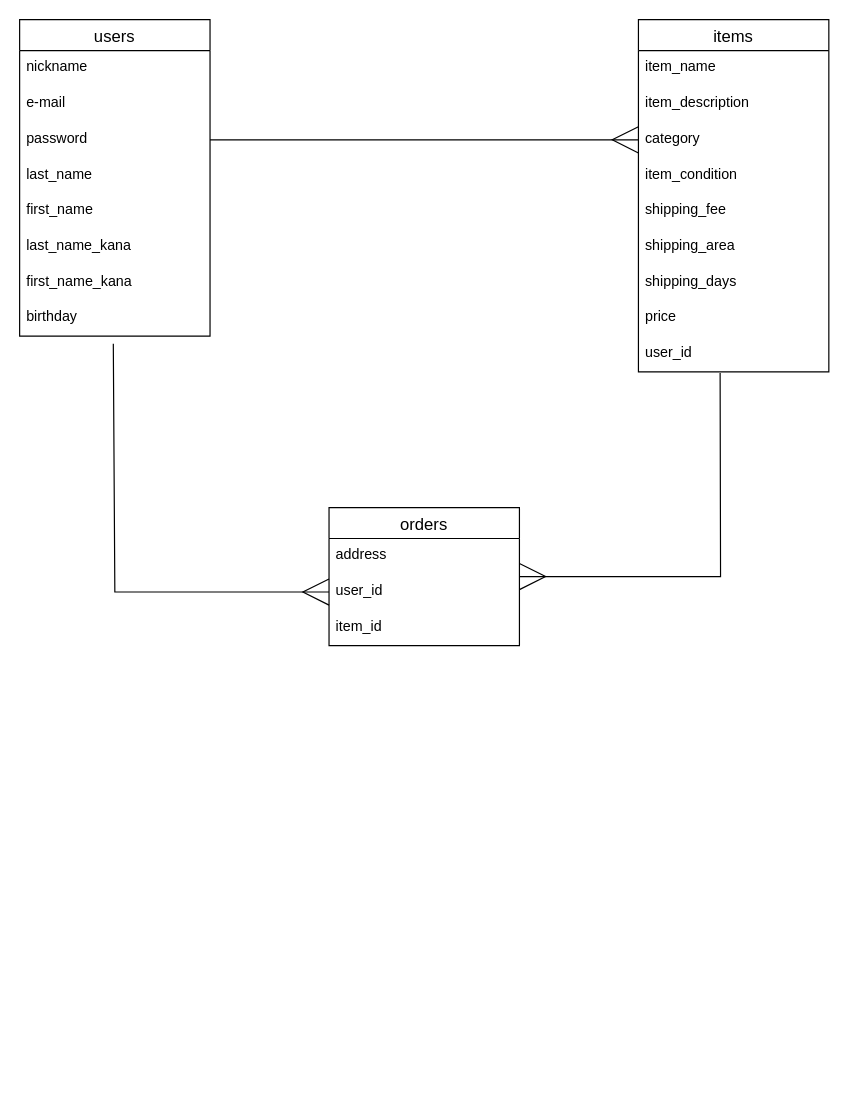
Earlier version of the draw.io diagram furima.dio (annkw0713/furima-38979). Source tidied: cells renumbered, new cells numbered last; positions are measured from the earlier drawing's top-left corner, leaving out a move shared by most shapes. Both pictures are drawn from the tidied source at 119%, with x=0, y=0 at pixel (19, 19).
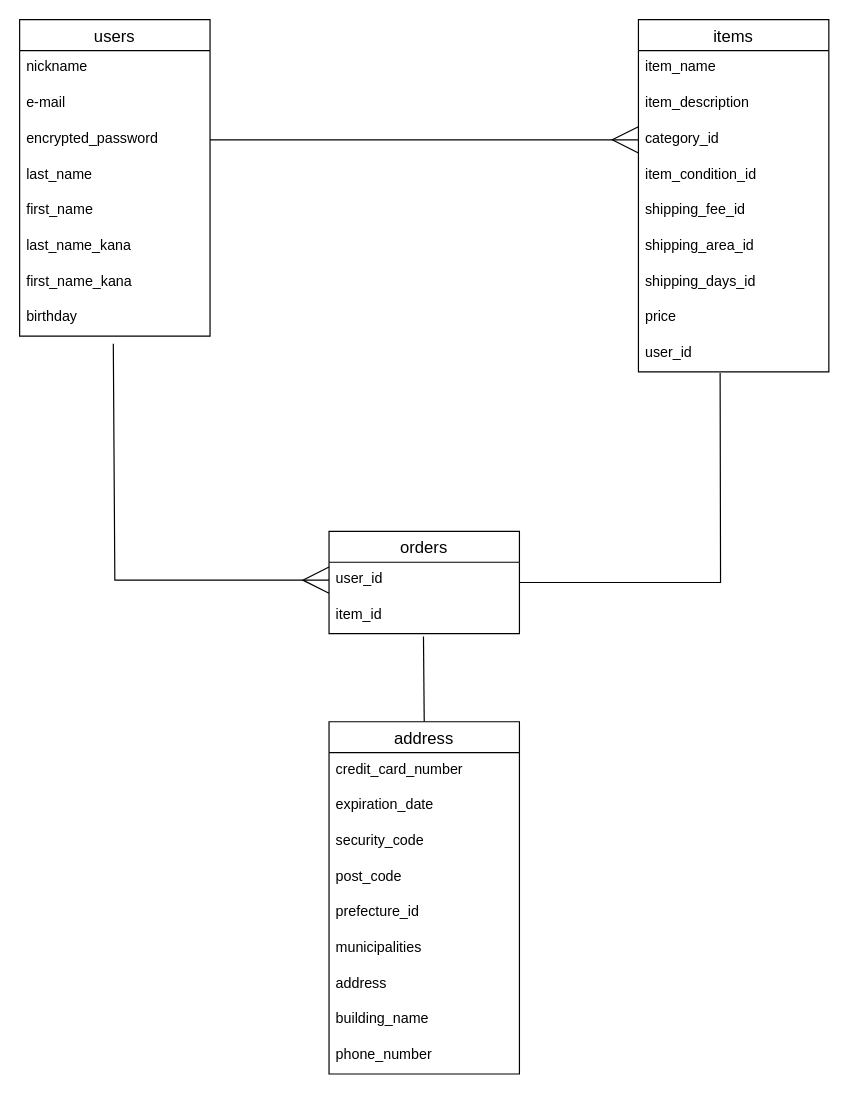
Above is the later version.

Commit message (it also covers changes not shown here):
ER図とREADMEの修正

The change refers to these unchanged cells:
```xml
<mxCell id="2" value="users" style="swimlane;fontStyle=0;horizontal=1;startSize=26;align=center;fontSize=14;" parent="1" vertex="1">
  <mxGeometry width="160" height="266" as="geometry" />
</mxCell>
<mxCell id="10" value="birthday" style="text;strokeColor=none;fillColor=none;spacingLeft=4;spacingRight=4;overflow=hidden;points=[[0,0.5],[1,0.5]];portConstraint=eastwest;fontSize=12;" parent="2" vertex="1">
  <mxGeometry y="236" width="160" height="30" as="geometry" />
</mxCell>
<mxCell id="11" value="items" style="swimlane;fontStyle=0;horizontal=1;startSize=26;align=center;fontSize=14;" parent="1" vertex="1">
  <mxGeometry x="520" width="160" height="296" as="geometry" />
</mxCell>
<mxCell id="20" value="user_id" style="text;strokeColor=none;fillColor=none;spacingLeft=4;spacingRight=4;overflow=hidden;points=[[0,0.5],[1,0.5]];portConstraint=eastwest;fontSize=12;" parent="11" vertex="1">
  <mxGeometry y="266" width="160" height="30" as="geometry" />
</mxCell>
```

What changed in the source:
```diff
@@
-    <mxCell id="5" value="password" style="text;strokeColor=none;fillColor=none;spacingLeft=4;spacingRight=4;overflow=hidden;points=[[0,0.5],[1,0.5]];portConstraint=eastwest;fontSize=12;" parent="2" vertex="1">
+    <mxCell id="5" value="encrypted_password" style="text;strokeColor=none;fillColor=none;spacingLeft=4;spacingRight=4;overflow=hidden;points=[[0,0.5],[1,0.5]];portConstraint=eastwest;fontSize=12;" parent="2" vertex="1">
       <mxGeometry y="86" width="160" height="30" as="geometry" />
     </mxCell>
@@
-    <mxCell id="14" value="category" style="text;strokeColor=none;fillColor=none;spacingLeft=4;spacingRight=4;overflow=hidden;points=[[0,0.5],[1,0.5]];portConstraint=eastwest;fontSize=12;" parent="11" vertex="1">
+    <mxCell id="14" value="category_id" style="text;strokeColor=none;fillColor=none;spacingLeft=4;spacingRight=4;overflow=hidden;points=[[0,0.5],[1,0.5]];portConstraint=eastwest;fontSize=12;" parent="11" vertex="1">
       <mxGeometry y="86" width="160" height="30" as="geometry" />
     </mxCell>
-    <mxCell id="15" value="item_condition" style="text;strokeColor=none;fillColor=none;spacingLeft=4;spacingRight=4;overflow=hidden;fontSize=12;" parent="11" vertex="1">
+    <mxCell id="15" value="item_condition_id" style="text;strokeColor=none;fillColor=none;spacingLeft=4;spacingRight=4;overflow=hidden;fontSize=12;" parent="11" vertex="1">
       <mxGeometry y="116" width="160" height="30" as="geometry" />
     </mxCell>
-    <mxCell id="16" value="shipping_fee" style="text;strokeColor=none;fillColor=none;spacingLeft=4;spacingRight=4;overflow=hidden;fontSize=12;" parent="11" vertex="1">
+    <mxCell id="16" value="shipping_fee_id" style="text;strokeColor=none;fillColor=none;spacingLeft=4;spacingRight=4;overflow=hidden;fontSize=12;" parent="11" vertex="1">
       <mxGeometry y="146" width="160" height="30" as="geometry" />
     </mxCell>
-    <mxCell id="17" value="shipping_area" style="text;strokeColor=none;fillColor=none;spacingLeft=4;spacingRight=4;overflow=hidden;fontSize=12;" parent="11" vertex="1">
+    <mxCell id="17" value="shipping_area_id" style="text;strokeColor=none;fillColor=none;spacingLeft=4;spacingRight=4;overflow=hidden;fontSize=12;" parent="11" vertex="1">
       <mxGeometry y="176" width="160" height="30" as="geometry" />
     </mxCell>
-    <mxCell id="18" value="shipping_days" style="text;strokeColor=none;fillColor=none;spacingLeft=4;spacingRight=4;overflow=hidden;fontSize=12;" parent="11" vertex="1">
+    <mxCell id="18" value="shipping_days_id" style="text;strokeColor=none;fillColor=none;spacingLeft=4;spacingRight=4;overflow=hidden;fontSize=12;" parent="11" vertex="1">
       <mxGeometry y="206" width="160" height="30" as="geometry" />
     </mxCell>
@@
     <mxCell id="21" value="orders" style="swimlane;fontStyle=0;horizontal=1;startSize=26;align=center;fontSize=14;" parent="1" vertex="1">
-      <mxGeometry x="260" y="410" width="160" height="116" as="geometry" />
+      <mxGeometry x="260" y="430" width="160" height="86" as="geometry" />
     </mxCell>
-    <mxCell id="22" value="address" style="text;strokeColor=none;fillColor=none;spacingLeft=4;spacingRight=4;overflow=hidden;fontSize=12;" parent="21" vertex="1">
-      <mxGeometry y="26" width="160" height="30" as="geometry" />
-    </mxCell>
     <mxCell id="23" value="user_id" style="text;strokeColor=none;fillColor=none;spacingLeft=4;spacingRight=4;overflow=hidden;points=[[0,0.5],[1,0.5]];portConstraint=eastwest;fontSize=12;" parent="21" vertex="1">
-      <mxGeometry y="56" width="160" height="30" as="geometry" />
+      <mxGeometry y="26" width="160" height="30" as="geometry" />
     </mxCell>
     <mxCell id="24" value="item_id" style="text;strokeColor=none;fillColor=none;spacingLeft=4;spacingRight=4;overflow=hidden;points=[[0,0.5],[1,0.5]];portConstraint=eastwest;fontSize=12;" parent="21" vertex="1">
-      <mxGeometry y="86" width="160" height="30" as="geometry" />
+      <mxGeometry y="56" width="160" height="30" as="geometry" />
     </mxCell>
     <mxCell id="25" style="endArrow=ERmany;html=1;rounded=0;exitX=0.492;exitY=1.211;exitDx=0;exitDy=0;exitPerimeter=0;entryX=0;entryY=0.5;entryDx=0;entryDy=0;endFill=0;endSize=20;" parent="1" edge="1" source="10" target="23">
       <mxGeometry relative="1" as="geometry">
         <Array as="points">
-          <mxPoint x="80" y="481" />
+          <mxPoint x="80" y="471" />
         </Array>
       </mxGeometry>
     </mxCell>
-    <mxCell id="26" style="endArrow=none;html=1;rounded=0;exitX=1;exitY=0.5;exitDx=0;exitDy=0;endFill=0;endSize=6;entryX=0.429;entryY=1.033;entryDx=0;entryDy=0;entryPerimeter=0;startArrow=ERmany;startFill=0;startSize=20;" parent="1" edge="1" source="21" target="20">
+    <mxCell id="26" style="endArrow=none;html=1;rounded=0;exitX=1;exitY=0.5;exitDx=0;exitDy=0;endFill=0;endSize=6;entryX=0.429;entryY=1.033;entryDx=0;entryDy=0;entryPerimeter=0;startArrow=none;startFill=0;startSize=20;" parent="1" edge="1" source="21" target="20">
       <mxGeometry relative="1" as="geometry">
         <Array as="points">
-          <mxPoint x="589" y="468" />
+          <mxPoint x="589" y="473" />
         </Array>
       </mxGeometry>
     </mxCell>
@@
+    <mxCell id="29" style="edgeStyle=none;html=1;exitX=0.5;exitY=0;exitDx=0;exitDy=0;entryX=0.496;entryY=1.078;entryDx=0;entryDy=0;entryPerimeter=0;startArrow=none;startFill=0;endArrow=none;endFill=0;startSize=20;endSize=6;" parent="1" edge="1" source="30" target="24">
+      <mxGeometry relative="1" as="geometry" />
+    </mxCell>
+    <mxCell id="30" value="address" style="swimlane;fontStyle=0;horizontal=1;startSize=26;align=center;fontSize=14;" parent="1" vertex="1">
+      <mxGeometry x="260" y="590" width="160" height="296" as="geometry" />
+    </mxCell>
+    <mxCell id="31" value="credit_card_number" style="text;strokeColor=none;fillColor=none;spacingLeft=4;spacingRight=4;overflow=hidden;fontSize=12;" parent="30" vertex="1">
+      <mxGeometry y="26" width="160" height="30" as="geometry" />
+    </mxCell>
+    <mxCell id="32" value="expiration_date" style="text;strokeColor=none;fillColor=none;spacingLeft=4;spacingRight=4;overflow=hidden;fontSize=12;" parent="30" vertex="1">
+      <mxGeometry y="56" width="160" height="30" as="geometry" />
+    </mxCell>
+    <mxCell id="33" value="security_code" style="text;strokeColor=none;fillColor=none;spacingLeft=4;spacingRight=4;overflow=hidden;fontSize=12;" parent="30" vertex="1">
+      <mxGeometry y="86" width="160" height="30" as="geometry" />
+    </mxCell>
+    <mxCell id="34" value="post_code" style="text;strokeColor=none;fillColor=none;spacingLeft=4;spacingRight=4;overflow=hidden;fontSize=12;" parent="30" vertex="1">
+      <mxGeometry y="116" width="160" height="30" as="geometry" />
+    </mxCell>
+    <mxCell id="35" value="prefecture_id" style="text;strokeColor=none;fillColor=none;spacingLeft=4;spacingRight=4;overflow=hidden;fontSize=12;" parent="30" vertex="1">
+      <mxGeometry y="146" width="160" height="30" as="geometry" />
+    </mxCell>
+    <mxCell id="36" value="municipalities" style="text;strokeColor=none;fillColor=none;spacingLeft=4;spacingRight=4;overflow=hidden;fontSize=12;" parent="30" vertex="1">
+      <mxGeometry y="176" width="160" height="30" as="geometry" />
+    </mxCell>
+    <mxCell id="22" value="address" style="text;strokeColor=none;fillColor=none;spacingLeft=4;spacingRight=4;overflow=hidden;fontSize=12;" parent="30" vertex="1">
+      <mxGeometry y="206" width="160" height="30" as="geometry" />
+    </mxCell>
+    <mxCell id="37" value="building_name" style="text;strokeColor=none;fillColor=none;spacingLeft=4;spacingRight=4;overflow=hidden;fontSize=12;" parent="30" vertex="1">
+      <mxGeometry y="236" width="160" height="30" as="geometry" />
+    </mxCell>
+    <mxCell id="38" value="phone_number" style="text;strokeColor=none;fillColor=none;spacingLeft=4;spacingRight=4;overflow=hidden;fontSize=12;" parent="30" vertex="1">
+      <mxGeometry y="266" width="160" height="30" as="geometry" />
+    </mxCell>
```
